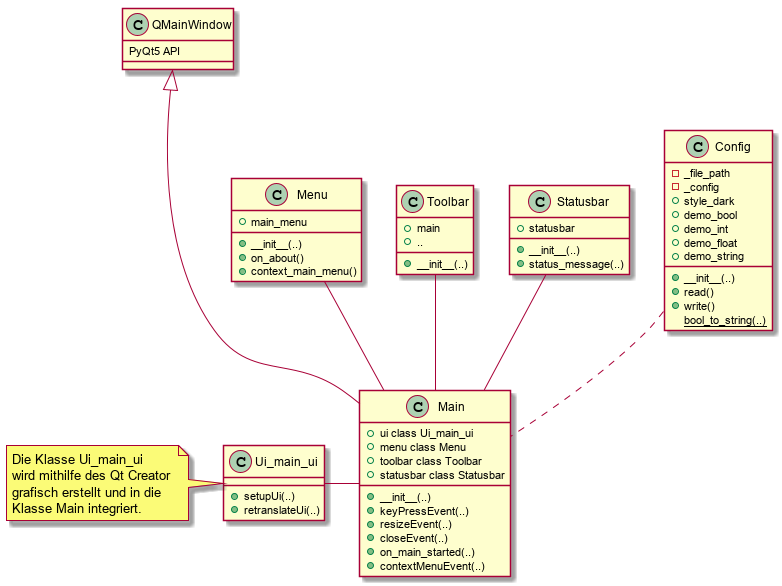
This is uml.png from dimschlukas/projectAD, a PlantUML export, as it was before one commit.
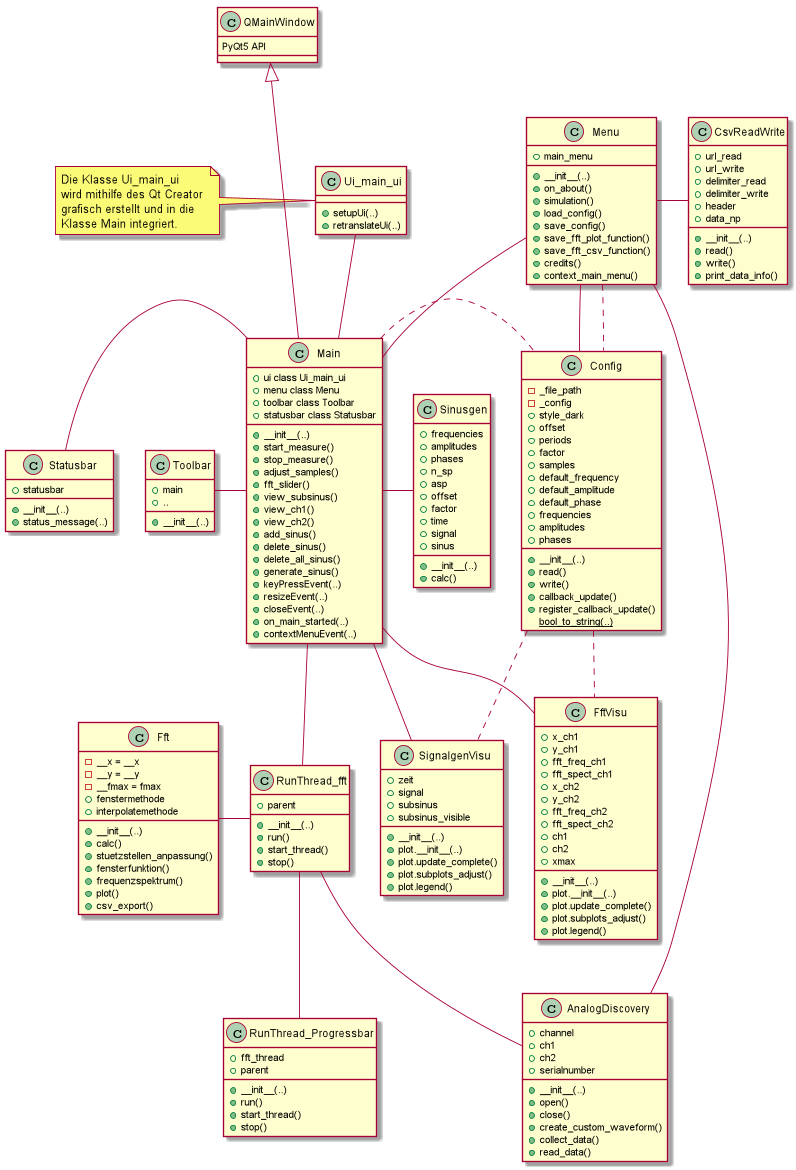
After the change.

The edit, as a diff of the source:
```diff
@@ -17,6 +17,17 @@
  + toolbar class Toolbar
  + statusbar class Statusbar
  + __init__(..)
+ + start_measure()
+ + stop_measure()
+ + adjust_samples()
+ + fft_slider()
+ + view_subsinus()
+ + view_ch1()
+ + view_ch2()
+ + add_sinus()
+ + delete_sinus()
+ + delete_all_sinus()
+ + generate_sinus()
  + keyPressEvent(..)
  + resizeEvent(..)
  + closeEvent(..)
@@ -28,6 +39,12 @@
   + main_menu
   + __init__(..)
   + on_about()
+  + simulation()
+  + load_config()
+  + save_config()
+  + save_fft_plot_function()
+  + save_fft_csv_function()
+  + credits()
   + context_main_menu()
 }
 
@@ -36,7 +53,6 @@
   + ..
   + __init__(..)
 }
-
 
 class Statusbar {
   + statusbar
@@ -48,23 +64,150 @@
   - _file_path
   - _config
   + style_dark
-  + demo_bool
-  + demo_int
-  + demo_float
-  + demo_string
+  + offset
+  + periods
+  + factor
+  + samples
+  + default_frequency
+  + default_amplitude
+  + default_phase
+  + frequencies
+  + amplitudes
+  + phases
   + __init__(..)
   + read()
   + write()
+  + callback_update()
+  + register_callback_update()
   {static} bool_to_string(..)
 }
 
+class AnalogDiscovery {
+  + channel
+  + ch1
+  + ch2
+  + serialnumber
+  + __init__(..)
+  + open()
+  + close()
+  + create_custom_waveform()
+  + collect_data()
+  + read_data()
+}
 
+class Sinusgen {
+  + frequencies
+  + amplitudes
+  + phases
+  + n_sp
+  + asp
+  + offset
+  + factor
+  + time
+  + signal
+  + sinus
+  + __init__(..)
+  + calc()
+}
+
+class SignalgenVisu {
+  + zeit
+  + signal
+  + subsinus
+  + subsinus_visible
+  + __init__(..)
+  + plot.__init__(..)
+  + plot.update_complete()
+  + plot.subplots_adjust()
+  + plot.legend()
+}
+
+class FftVisu {
+  + x_ch1
+  + y_ch1
+  + fft_freq_ch1
+  + fft_spect_ch1
+  + x_ch2
+  + y_ch2
+  + fft_freq_ch2
+  + fft_spect_ch2
+  + ch1
+  + ch2
+  + xmax
+  + __init__(..)
+  + plot.__init__(..)
+  + plot.update_complete()
+  + plot.subplots_adjust()
+  + plot.legend()
+}
+
+class Fft {
+  - __x = __x
+  - __y = __y
+  - __fmax = fmax
+  + fenstermethode
+  + interpolatemethode
+  + __init__(..)
+  + calc()
+  + stuetzstellen_anpassung()
+  + fensterfunktion()
+  + frequenzspektrum()
+  + plot()
+  + csv_export()
+}
+
+class CsvReadWrite{
+  + url_read
+  + url_write
+  + delimiter_read
+  + delimiter_write
+  + header
+  + data_np
+  + __init__(..)
+  + read()
+  + write()
+  + print_data_info()
+}
+
+class RunThread_fft{
+  + parent
+  + __init__(..)
+  + run()
+  + start_thread()
+  + stop()
+}
+
+class RunThread_Progressbar{
+  + fft_thread
+  + parent
+  + __init__(..)
+  + run()
+  + start_thread()
+  + stop()
+}
+
+Menu - Config
+Menu - AnalogDiscovery
+Menu - CsvReadWrite
+
+RunThread_fft -- RunThread_Progressbar
+RunThread_fft -- AnalogDiscovery
+Fft - RunThread_fft
+
+Main -- SignalgenVisu
+Main -- FftVisu
+Main - Sinusgen
+Main -- RunThread_fft
 QMainWindow <|--- Main
-Ui_main_ui - Main
+Ui_main_ui -- Main
 Menu -- Main
-Toolbar -- Main
-Statusbar -- Main
-Config .. Main
+Toolbar - Main
+Statusbar - Main
+
+Main . Config
+Config .. SignalgenVisu
+Config .. FftVisu
+Menu .. Config
 
 
 @enduml
```
